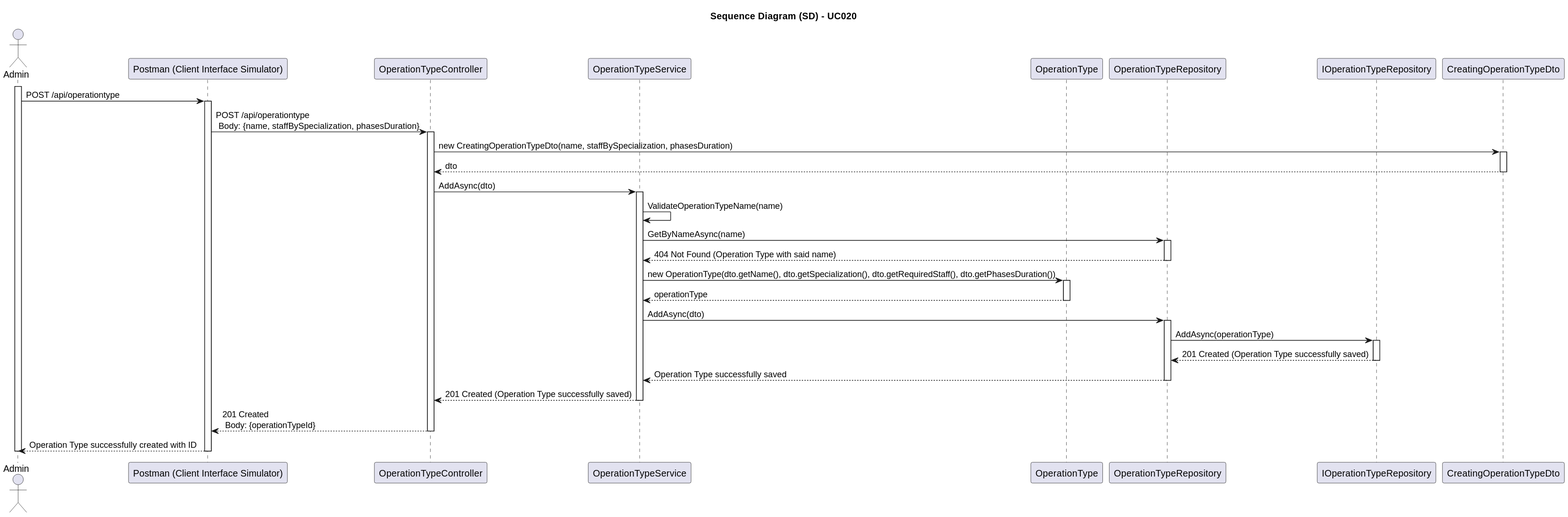
This is docs/SprintA/UseCases/UC020/03.design/svg/uc020-sequence-diagram.svg from 1221124/sem5pi-24-25-g031, a PlantUML export, as it was before one commit.
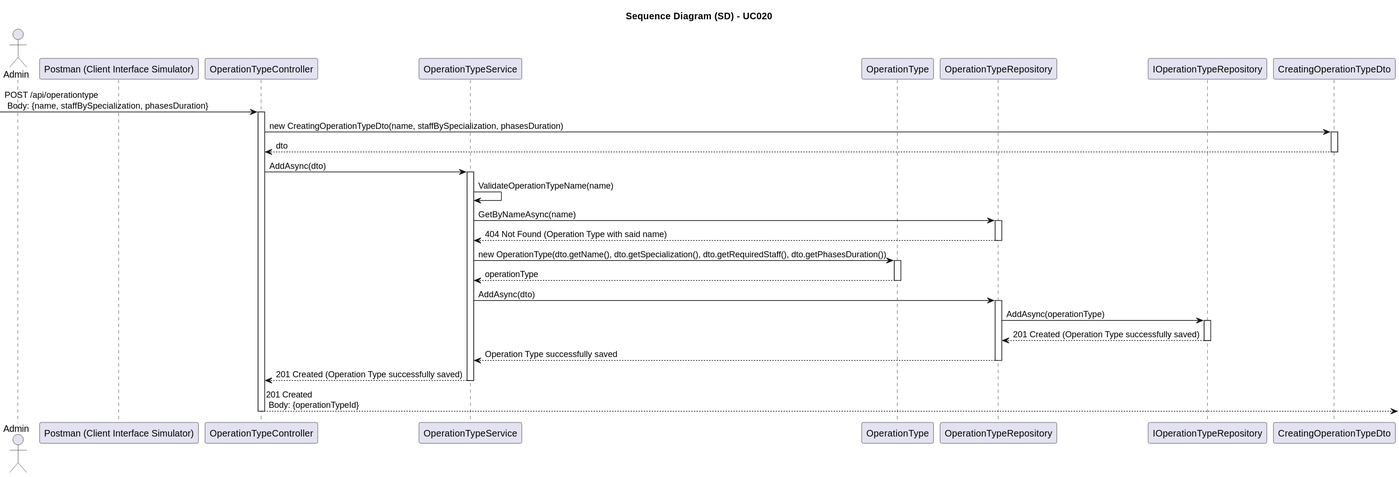
The same diagram one commit later.

Commit message:
#22 UC020: Design - Remove SD actor and UI

Diff of the diagram source:
```diff
@@ -15,73 +15,61 @@
 participant "IOperationTypeRepository" as IRepo
 participant "CreatingOperationTypeDto" as Dto
 
-activate Adm
+-> Controller: POST /api/operationtype \n Body: {name, staffBySpecialization, phasesDuration}
 
-    Adm -> Client: POST /api/operationtype
+activate Controller
 
-    activate Client
+    Controller -> Dto: new CreatingOperationTypeDto(name, staffBySpecialization, phasesDuration)
 
-        Client -> Controller: POST /api/operationtype \n Body: {name, staffBySpecialization, phasesDuration}
+    activate Dto
 
-        activate Controller
+        Dto --> Controller: dto
 
-            Controller -> Dto: new CreatingOperationTypeDto(name, staffBySpecialization, phasesDuration)
+    deactivate Dto
 
-            activate Dto
+    Controller -> Service: AddAsync(dto)
 
-                Dto --> Controller: dto
+    activate Service
 
-            deactivate Dto
+        Service -> Service: ValidateOperationTypeName(name)
 
-            Controller -> Service: AddAsync(dto)
+        Service -> Repository: GetByNameAsync(name)
 
-            activate Service
+        activate Repository
 
-                Service -> Service: ValidateOperationTypeName(name)
+            Repository --> Service: 404 Not Found (Operation Type with said name)
 
-                Service -> Repository: GetByNameAsync(name)
+        deactivate Repository
 
-                activate Repository
+        Service -> Domain: new OperationType(dto.getName(), dto.getSpecialization(), dto.getRequiredStaff(), dto.getPhasesDuration())
 
-                    Repository --> Service: 404 Not Found (Operation Type with said name)
+        activate Domain
 
-                deactivate Repository
+            Domain --> Service: operationType
 
-                Service -> Domain: new OperationType(dto.getName(), dto.getSpecialization(), dto.getRequiredStaff(), dto.getPhasesDuration())
+        deactivate Domain
 
-                activate Domain
+        Service -> Repository: AddAsync(dto)
 
-                    Domain --> Service: operationType
+        activate Repository
 
-                deactivate Domain
+            Repository -> IRepo: AddAsync(operationType)
 
-                Service -> Repository: AddAsync(dto)
+            activate IRepo
 
-                activate Repository
+                IRepo --> Repository: 201 Created (Operation Type successfully saved)
 
-                    Repository -> IRepo: AddAsync(operationType)
+            deactivate IRepo
 
-                    activate IRepo
+            Repository --> Service: Operation Type successfully saved
 
-                        IRepo --> Repository: 201 Created (Operation Type successfully saved)
+        deactivate Repository
 
-                    deactivate IRepo
+        Service --> Controller: 201 Created (Operation Type successfully saved)
 
-                    Repository --> Service: Operation Type successfully saved
+    deactivate Service
 
-                deactivate Repository
+    Controller --> : 201 Created \n Body: {operationTypeId}
 
-                Service --> Controller: 201 Created (Operation Type successfully saved)
-
-            deactivate Service
-
-            Controller --> Client: 201 Created \n Body: {operationTypeId}
-
-        deactivate Controller
-
-        Client --> Adm: Operation Type successfully created with ID
-
-    deactivate Client
-
-deactivate Adm
+deactivate Controller
 @enduml
```
